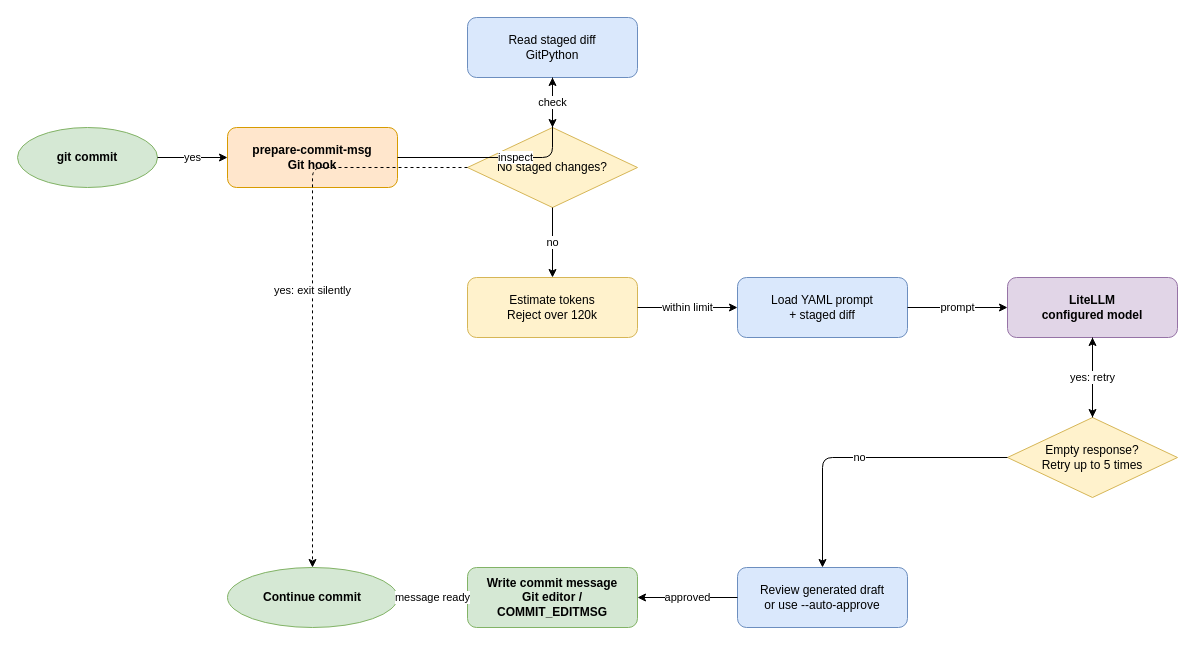
Above: docs/assets/diagrams/commit-flow.drawio in electrocucaracha/ai-prepare-commit-msg (draw.io), before the change. Source tidied: cells renumbered, new cells numbered last; positions are measured from the earlier drawing's top-left corner, leaving out a move shared by most shapes. Both pictures are drawn from the tidied source at 100%, with x=0, y=0 at pixel (17, 17).
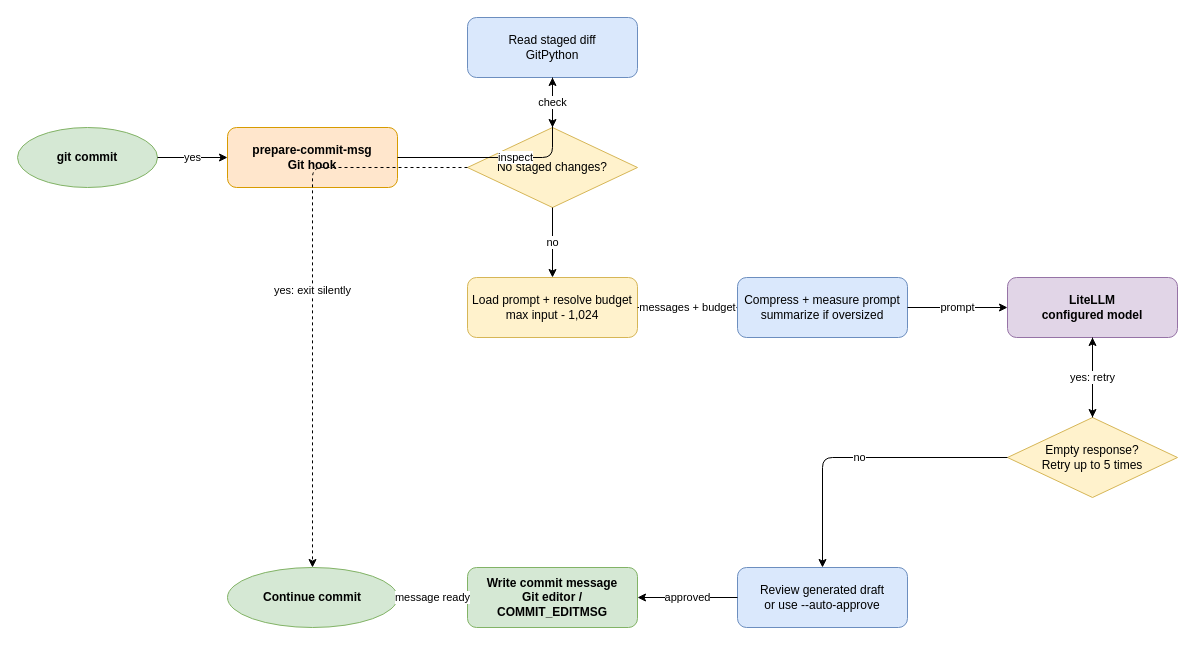
Above is the later version.

What changed in the source:
```diff
@@
-    <mxCell id="6" value="Estimate tokens&#10;Reject over 120k" style="rounded=1;whiteSpace=wrap;html=1;fillColor=#fff2cc;strokeColor=#d6b656;" parent="1" vertex="1">
+    <mxCell id="6" value="Load prompt + resolve budget&#10;max input - 1,024" style="rounded=1;whiteSpace=wrap;html=1;fillColor=#fff2cc;strokeColor=#d6b656;" parent="1" vertex="1">
       <mxGeometry x="450" y="260" width="170" height="60" as="geometry" />
     </mxCell>
-    <mxCell id="7" value="Load YAML prompt&#10;+ staged diff" style="rounded=1;whiteSpace=wrap;html=1;fillColor=#dae8fc;strokeColor=#6c8ebf;" parent="1" vertex="1">
+    <mxCell id="7" value="Compress + measure prompt&#10;summarize if oversized" style="rounded=1;whiteSpace=wrap;html=1;fillColor=#dae8fc;strokeColor=#6c8ebf;" parent="1" vertex="1">
       <mxGeometry x="720" y="260" width="170" height="60" as="geometry" />
     </mxCell>
@@
-    <mxCell id="18" value="within limit" style="edgeStyle=orthogonalEdgeStyle;rounded=1;jettySize=auto;html=1;" parent="1" edge="1" source="6" target="7">
+    <mxCell id="18" value="messages + budget" style="edgeStyle=orthogonalEdgeStyle;rounded=1;jettySize=auto;html=1;" parent="1" edge="1" source="6" target="7">
       <mxGeometry relative="1" as="geometry" />
     </mxCell>
```
